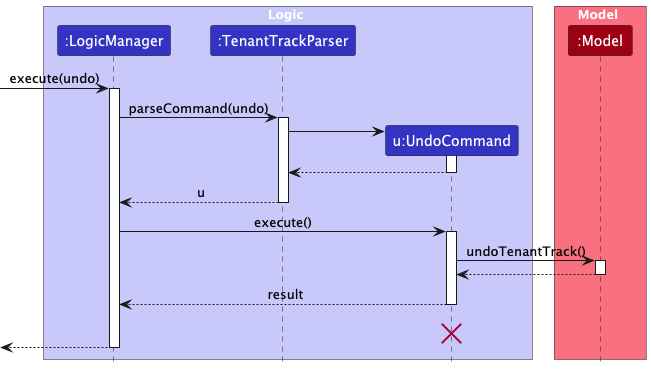
This is docs/images/UndoSequenceDiagram-Logic.png from namitdeb739/tp, a PlantUML export, as it was before one commit. Its diagram source:
```plantuml
@startuml
!include style.puml
skinparam ArrowFontStyle plain

box Logic LOGIC_COLOR_T1
participant ":LogicManager" as LogicManager LOGIC_COLOR
participant ":TenantTrackParser" as TenantTrackParser LOGIC_COLOR
participant "u:UndoCommand" as UndoCommand LOGIC_COLOR
end box

box Model MODEL_COLOR_T1
participant ":Model" as Model MODEL_COLOR
end box
[-> LogicManager : execute(undo)
activate LogicManager

LogicManager -> TenantTrackParser : parseCommand(undo)
activate TenantTrackParser

create UndoCommand
TenantTrackParser -> UndoCommand
activate UndoCommand

UndoCommand --> TenantTrackParser
deactivate UndoCommand

TenantTrackParser --> LogicManager : u
deactivate TenantTrackParser

LogicManager -> UndoCommand : execute()
activate UndoCommand

UndoCommand -> Model : undoTenantTrack()
activate Model

Model --> UndoCommand
deactivate Model

UndoCommand --> LogicManager : result
deactivate UndoCommand
UndoCommand -[hidden]-> LogicManager : result
destroy UndoCommand

[<--LogicManager
deactivate LogicManager
@enduml
```
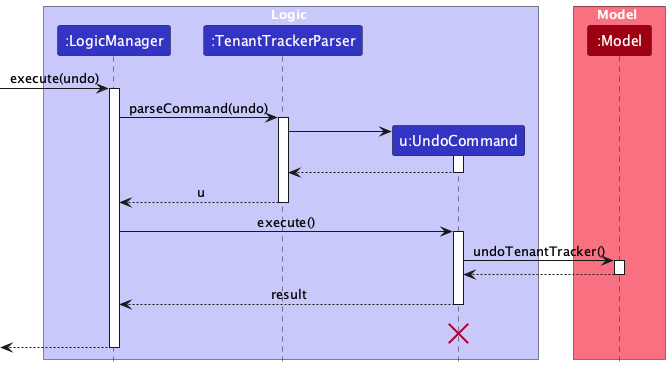
Later version of the same file.

The edit, as a diff of the source:
```diff
@@ -4,7 +4,7 @@
 
 box Logic LOGIC_COLOR_T1
 participant ":LogicManager" as LogicManager LOGIC_COLOR
-participant ":TenantTrackParser" as TenantTrackParser LOGIC_COLOR
+participant ":TenantTrackerParser" as TenantTrackerParser LOGIC_COLOR
 participant "u:UndoCommand" as UndoCommand LOGIC_COLOR
 end box
 
@@ -14,23 +14,23 @@
 [-> LogicManager : execute(undo)
 activate LogicManager
 
-LogicManager -> TenantTrackParser : parseCommand(undo)
-activate TenantTrackParser
+LogicManager -> TenantTrackerParser : parseCommand(undo)
+activate TenantTrackerParser
 
 create UndoCommand
-TenantTrackParser -> UndoCommand
+TenantTrackerParser -> UndoCommand
 activate UndoCommand
 
-UndoCommand --> TenantTrackParser
+UndoCommand --> TenantTrackerParser
 deactivate UndoCommand
 
-TenantTrackParser --> LogicManager : u
-deactivate TenantTrackParser
+TenantTrackerParser --> LogicManager : u
+deactivate TenantTrackerParser
 
 LogicManager -> UndoCommand : execute()
 activate UndoCommand
 
-UndoCommand -> Model : undoTenantTrack()
+UndoCommand -> Model : undoTenantTracker()
 activate Model
 
 Model --> UndoCommand
```
